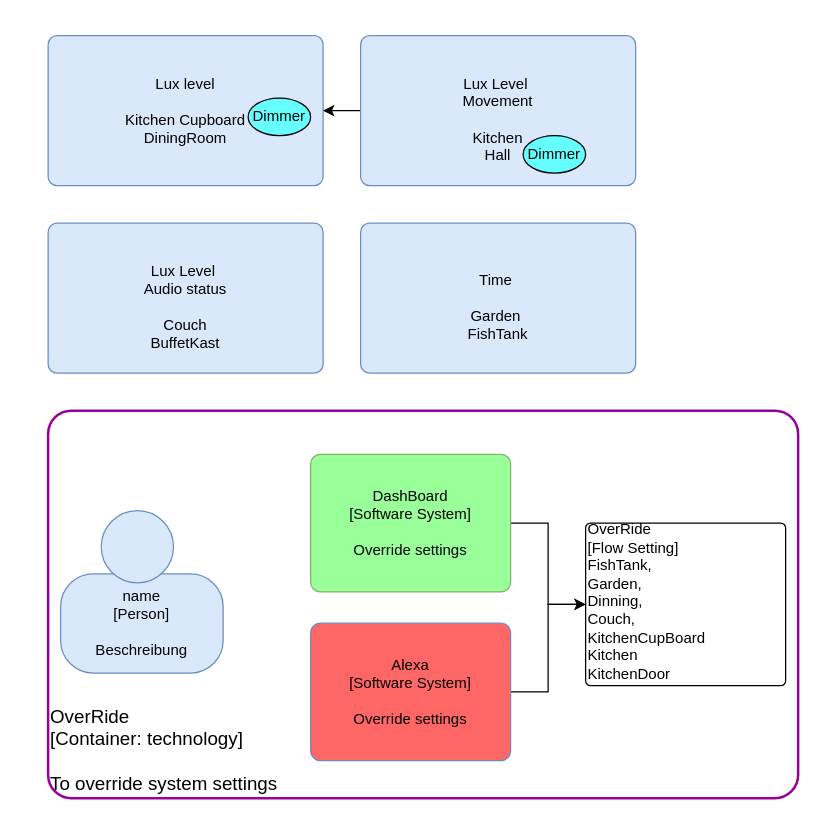
Before: page "Verlichting" (2 of 3) of smart-home.drawio in pcmvanveen/Ginlong-Solar-InfluxDB-MQTT, a draw.io diagram. Source tidied: cells renumbered, new cells numbered last; positions are measured from the earlier drawing's top-left corner, leaving out a move shared by most shapes. Both pictures are drawn from the tidied source at 125%, with x=0, y=0 at pixel (48, 35).
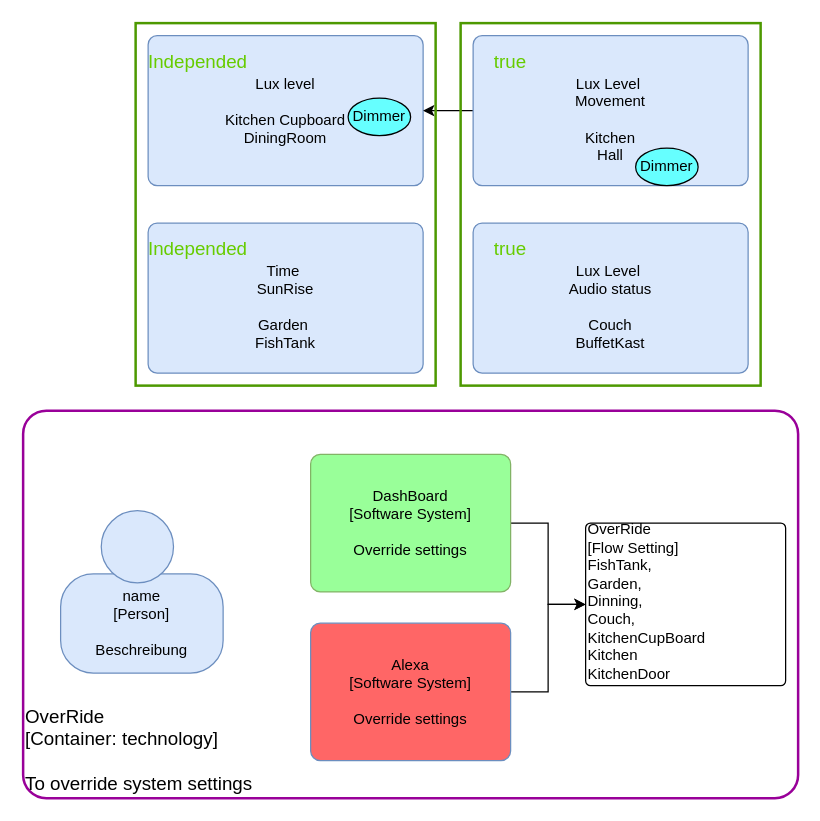
The same page after the edit.

Change to the diagram source:
```diff
@@
     <mxCell id="2" value="Lux level&lt;br&gt;&lt;br&gt;Kitchen Cupboard&lt;br&gt;DiningRoom" style="rounded=1;whiteSpace=wrap;html=1;labelBackgroundColor=none;fillColor=#dae8fc;fontColor=#000000;align=center;arcSize=6;strokeColor=#6c8ebf;" parent="1" vertex="1">
-      <mxGeometry width="220" height="120" as="geometry" />
+      <mxGeometry x="80" width="220" height="120" as="geometry" />
     </mxCell>
-    <mxCell id="3" value="&lt;br&gt;Time&amp;nbsp;&lt;br&gt;&lt;br&gt;Garden&amp;nbsp;&lt;br&gt;FishTank" style="rounded=1;whiteSpace=wrap;html=1;labelBackgroundColor=none;fillColor=#dae8fc;fontColor=#000000;align=center;arcSize=6;strokeColor=#6c8ebf;" parent="1" vertex="1">
-      <mxGeometry x="250" y="150" width="220" height="120" as="geometry" />
+    <mxCell id="3" value="&lt;br&gt;Time&amp;nbsp;&lt;br&gt;SunRise&lt;br&gt;&lt;br&gt;Garden&amp;nbsp;&lt;br&gt;FishTank" style="rounded=1;whiteSpace=wrap;html=1;labelBackgroundColor=none;fillColor=#dae8fc;fontColor=#000000;align=center;arcSize=6;strokeColor=#6c8ebf;" parent="1" vertex="1">
+      <mxGeometry x="80" y="150" width="220" height="120" as="geometry" />
     </mxCell>
     <mxCell id="4" value="&lt;br&gt;Lux Level&amp;nbsp;&lt;br&gt;Audio status&lt;br&gt;&lt;br&gt;Couch&lt;br&gt;BuffetKast" style="rounded=1;whiteSpace=wrap;html=1;labelBackgroundColor=none;fillColor=#dae8fc;fontColor=#000000;align=center;arcSize=6;strokeColor=#6c8ebf;" parent="1" vertex="1">
-      <mxGeometry y="150" width="220" height="120" as="geometry" />
+      <mxGeometry x="340" y="150" width="220" height="120" as="geometry" />
     </mxCell>
@@
     <mxCell id="6" value="&lt;br&gt;Lux Level&amp;nbsp;&lt;br&gt;Movement&lt;br&gt;&lt;br&gt;Kitchen&lt;br&gt;Hall" style="rounded=1;whiteSpace=wrap;html=1;labelBackgroundColor=none;fillColor=#dae8fc;fontColor=#000000;align=center;arcSize=6;strokeColor=#6c8ebf;" parent="1" vertex="1">
-      <mxGeometry x="250" width="220" height="120" as="geometry" />
+      <mxGeometry x="340" width="220" height="120" as="geometry" />
     </mxCell>
     <mxCell id="7" value="Dimmer" style="ellipse;whiteSpace=wrap;html=1;fillColor=#66FFFF;" parent="1" vertex="1">
-      <mxGeometry x="380" y="80" width="50" height="30" as="geometry" />
+      <mxGeometry x="470" y="90" width="50" height="30" as="geometry" />
     </mxCell>
@@
     <mxCell id="16" value="&lt;span&gt;OverRide&lt;/span&gt;&lt;div&gt;[Container:&amp;nbsp;&lt;span&gt;technology&lt;/span&gt;&lt;span&gt;]&lt;/span&gt;&lt;/div&gt;&lt;div&gt;&lt;br&gt;&lt;/div&gt;&lt;div&gt;To override system settings&lt;/div&gt;" style="rounded=1;whiteSpace=wrap;html=1;labelBackgroundColor=none;fillColor=none;fontColor=#000000;align=left;arcSize=6;strokeColor=#990099;strokeWidth=2;verticalAlign=bottom;fontSize=15;" parent="1" vertex="1">
-      <mxGeometry y="300" width="600" height="310" as="geometry" />
+      <mxGeometry x="-20" y="300" width="620" height="310" as="geometry" />
     </mxCell>
     <mxCell id="17" value="Dimmer" style="ellipse;whiteSpace=wrap;html=1;fillColor=#66FFFF;" parent="1" vertex="1">
-      <mxGeometry x="160" y="50" width="50" height="30" as="geometry" />
+      <mxGeometry x="240" y="50" width="50" height="30" as="geometry" />
     </mxCell>
+    <mxCell id="18" value="&lt;font color=&quot;#66cc00&quot;&gt;Independed&lt;/font&gt;" style="text;html=1;strokeColor=none;fillColor=none;align=center;verticalAlign=middle;whiteSpace=wrap;rounded=0;fontSize=15;" parent="1" vertex="1">
+      <mxGeometry x="100" y="10" width="40" height="20" as="geometry" />
+    </mxCell>
+    <mxCell id="19" value="&lt;font color=&quot;#66cc00&quot;&gt;true&lt;/font&gt;" style="text;html=1;strokeColor=none;fillColor=none;align=center;verticalAlign=middle;whiteSpace=wrap;rounded=0;fontSize=15;" parent="1" vertex="1">
+      <mxGeometry x="350" y="10" width="40" height="20" as="geometry" />
+    </mxCell>
+    <mxCell id="20" value="&lt;font color=&quot;#66cc00&quot;&gt;true&lt;/font&gt;" style="text;html=1;strokeColor=none;fillColor=none;align=center;verticalAlign=middle;whiteSpace=wrap;rounded=0;fontSize=15;" parent="1" vertex="1">
+      <mxGeometry x="350" y="160" width="40" height="20" as="geometry" />
+    </mxCell>
+    <mxCell id="21" value="&lt;font color=&quot;#66cc00&quot;&gt;Independed&lt;/font&gt;" style="text;html=1;strokeColor=none;fillColor=none;align=center;verticalAlign=middle;whiteSpace=wrap;rounded=0;fontSize=15;" parent="1" vertex="1">
+      <mxGeometry x="100" y="160" width="40" height="20" as="geometry" />
+    </mxCell>
+    <mxCell id="22" style="rounded=0;whiteSpace=wrap;html=1;strokeColor=#4D9900;strokeWidth=2;fillColor=none;fontSize=15;align=left;glass=1;shadow=0;comic=0;" parent="1" vertex="1">
+      <mxGeometry x="70" y="-10" width="240" height="290" as="geometry" />
+    </mxCell>
+    <mxCell id="23" style="rounded=0;whiteSpace=wrap;html=1;strokeColor=#4D9900;strokeWidth=2;fillColor=none;fontSize=15;align=left;glass=1;shadow=0;comic=0;" parent="1" vertex="1">
+      <mxGeometry x="330" y="-10" width="240" height="290" as="geometry" />
+    </mxCell>
```
